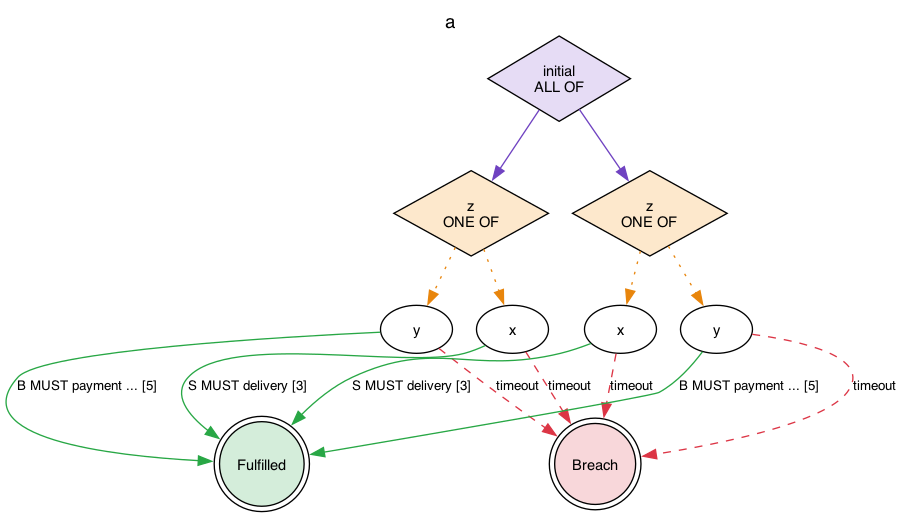
The Graphviz diagram jl4/examples/state-graphs/a.png in legalese/l4-ide, before a commit. Its source is kept beside it as jl4/examples/state-graphs/a.dot.
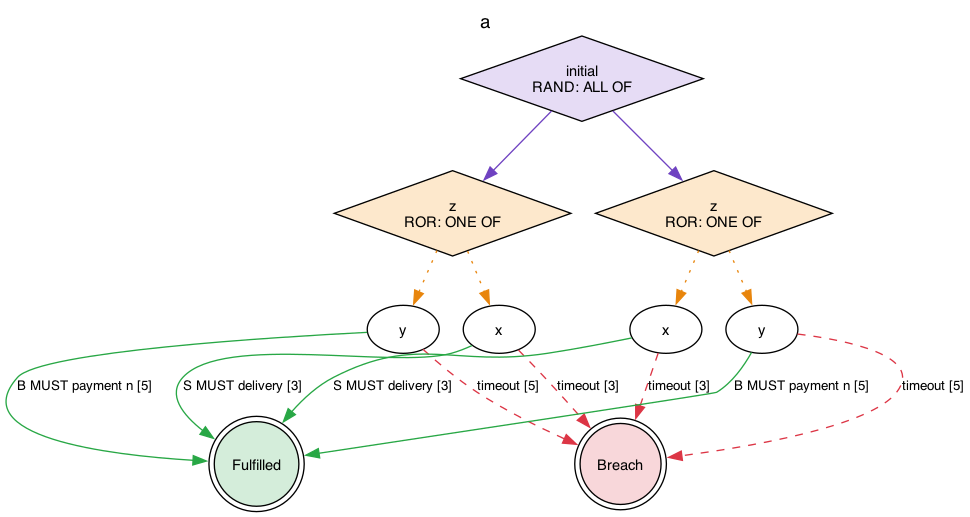
The same diagram one commit later.

The edit, as a diff of the source:
```diff
@@ -8,12 +8,12 @@
          ,fontsize=11];
     edge [fontname=Helvetica
          ,fontsize=10];
-    0 [label="initial\nALL OF"
+    0 [label="initial\nRAND: ALL OF"
       ,fillcolor=white
       ,style=filled
       ,shape=diamond
       ,fillcolor="#e6dcf5"];
-    1 [label="z\nONE OF"
+    1 [label="z\nROR: ONE OF"
       ,fillcolor=white
       ,style=filled
       ,shape=diamond
@@ -38,7 +38,7 @@
       ,style=filled
       ,shape=ellipse
       ,fillcolor="#ffffff"];
-    6 [label="z\nONE OF"
+    6 [label="z\nROR: ONE OF"
       ,fillcolor=white
       ,style=filled
       ,shape=diamond
@@ -68,13 +68,13 @@
     2 -> 3 [label="S MUST delivery [3]"
            ,color="#28a745"
            ,style=solid];
-    2 -> 4 [label=timeout
+    2 -> 4 [label="timeout [3]"
            ,color="#dc3545"
            ,style=dashed];
-    5 -> 3 [label="B MUST payment ... [5]"
+    5 -> 3 [label="B MUST payment n [5]"
            ,color="#28a745"
            ,style=solid];
-    5 -> 4 [label=timeout
+    5 -> 4 [label="timeout [5]"
            ,color="#dc3545"
            ,style=dashed];
     6 -> 7 [label=""
@@ -86,13 +86,13 @@
     7 -> 3 [label="S MUST delivery [3]"
            ,color="#28a745"
            ,style=solid];
-    7 -> 4 [label=timeout
+    7 -> 4 [label="timeout [3]"
            ,color="#dc3545"
            ,style=dashed];
-    8 -> 3 [label="B MUST payment ... [5]"
+    8 -> 3 [label="B MUST payment n [5]"
            ,color="#28a745"
            ,style=solid];
-    8 -> 4 [label=timeout
+    8 -> 4 [label="timeout [5]"
            ,color="#dc3545"
            ,style=dashed];
 }
```
